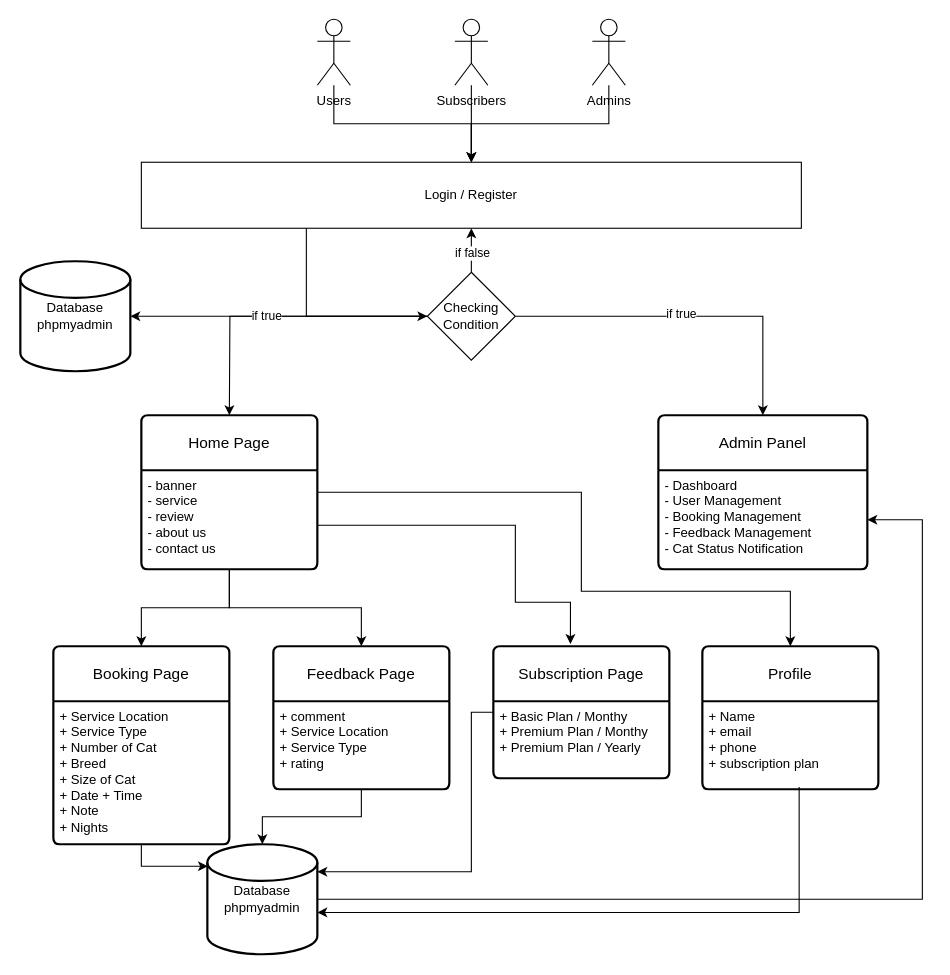
This is catboardingsystem.drawio from chaoheeFong/FYP, a draw.io file, before an edit. Source tidied: cells renumbered, new cells numbered last; positions are measured from the earlier drawing's top-left corner, leaving out a move shared by most shapes. Both pictures are drawn from the tidied source at 110%, with x=0, y=0 at pixel (20, 19).
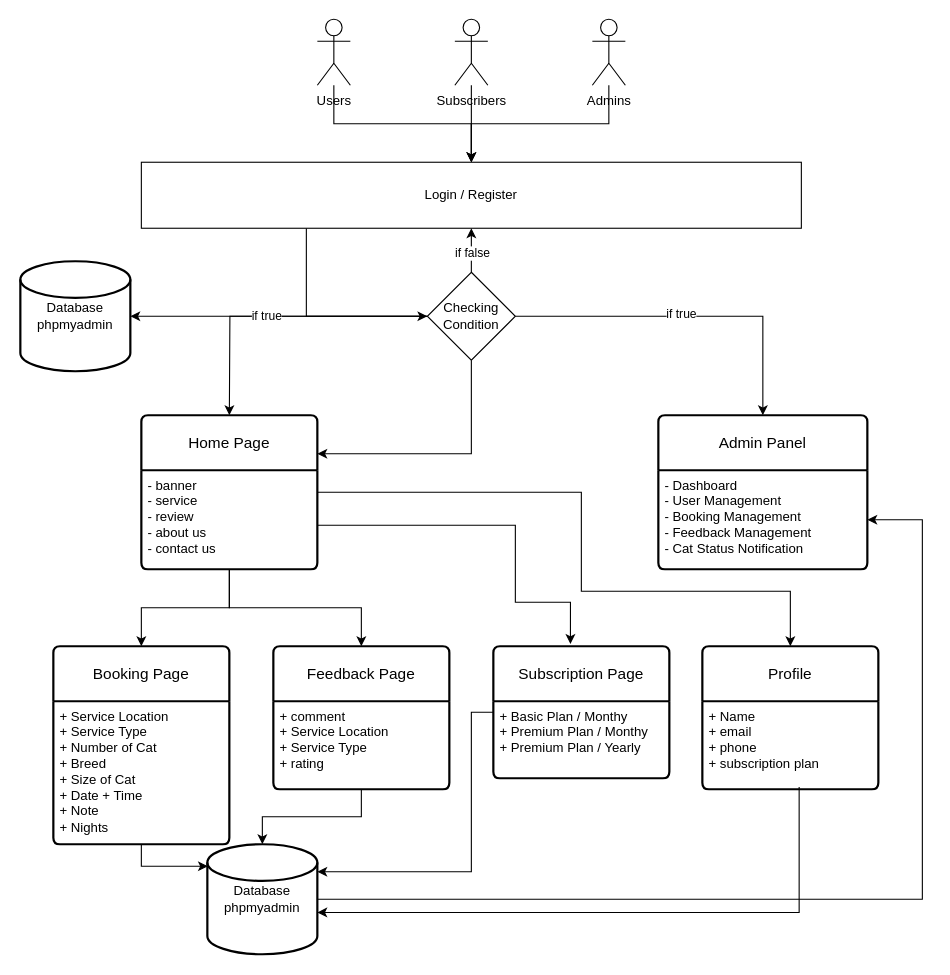
Above is the later version.

The change refers to these unchanged cells:
```xml
<mxCell id="17" value="Checking Condition" style="rhombus;whiteSpace=wrap;html=1;" parent="1" vertex="1">
  <mxGeometry x="370" y="230" width="80" height="80" as="geometry" />
</mxCell>
<mxCell id="21" value="Home Page" style="swimlane;horizontal=1;startSize=50;rounded=1;fontSize=14;fontStyle=0;strokeWidth=2;shadow=0;dashed=0;align=center;arcSize=4;whiteSpace=wrap;html=1;" parent="1" vertex="1">
  <mxGeometry x="110" y="360" width="160" height="140" as="geometry" />
</mxCell>
```

Change to the diagram source:
```diff
@@
+    <mxCell id="41" style="edgeStyle=orthogonalEdgeStyle;rounded=0;jettySize=auto;html=1;entryX=1;entryY=0.25;entryDx=0;entryDy=0;" parent="1" edge="1" source="17" target="21">
+      <mxGeometry relative="1" as="geometry">
+        <Array as="points">
+          <mxPoint x="410" y="395" />
+        </Array>
+      </mxGeometry>
+    </mxCell>
```
